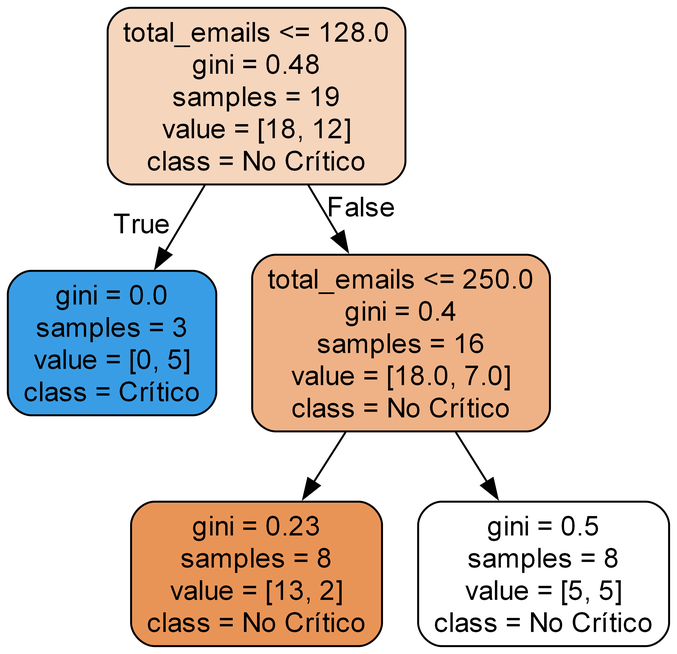
Before: tree_2.png, a diagram exported from Graphviz (adrianAntonP/practica2-SI). Its source is kept beside it as tree_2.dot. Source of this version:
```dot
digraph Tree {
node [shape=box, style="filled, rounded", color="black", fontname="helvetica"] ;
edge [fontname="helvetica"] ;
0 [label="total_emails <= 128.0\ngini = 0.48\nsamples = 19\nvalue = [18, 12]\nclass = No Crítico", fillcolor="#f6d5bd"] ;
1 [label="gini = 0.0\nsamples = 3\nvalue = [0, 5]\nclass = Crítico", fillcolor="#399de5"] ;
0 -> 1 [labeldistance=2.5, labelangle=45, headlabel="True"] ;
2 [label="total_emails <= 250.0\ngini = 0.4\nsamples = 16\nvalue = [18.0, 7.0]\nclass = No Crítico", fillcolor="#efb286"] ;
0 -> 2 [labeldistance=2.5, labelangle=-45, headlabel="False"] ;
3 [label="gini = 0.23\nsamples = 8\nvalue = [13, 2]\nclass = No Crítico", fillcolor="#e99457"] ;
2 -> 3 ;
4 [label="gini = 0.5\nsamples = 8\nvalue = [5, 5]\nclass = No Crítico", fillcolor="#ffffff"] ;
2 -> 4 ;
}
```
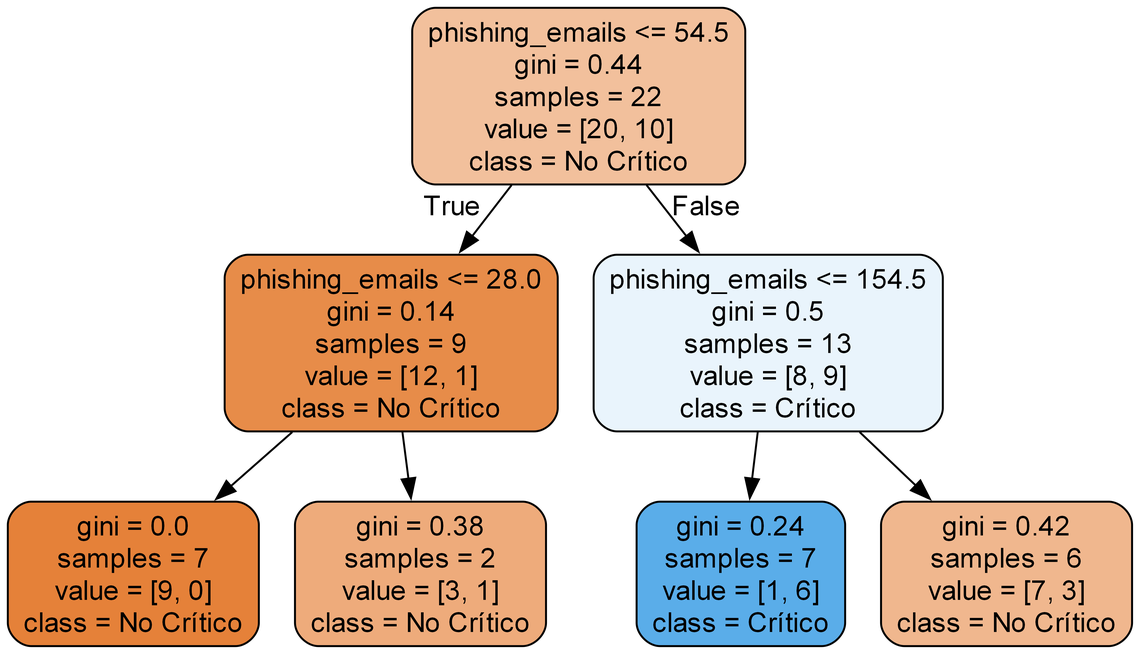
The same diagram one commit later.

The edit, as a diff of the source:
```diff
@@ -1,13 +1,17 @@
 digraph Tree {
 node [shape=box, style="filled, rounded", color="black", fontname="helvetica"] ;
 edge [fontname="helvetica"] ;
-0 [label="total_emails <= 128.0\ngini = 0.48\nsamples = 19\nvalue = [18, 12]\nclass = No Crítico", fillcolor="#f6d5bd"] ;
-1 [label="gini = 0.0\nsamples = 3\nvalue = [0, 5]\nclass = Crítico", fillcolor="#399de5"] ;
+0 [label="phishing_emails <= 54.5\ngini = 0.44\nsamples = 22\nvalue = [20, 10]\nclass = No Crítico", fillcolor="#f2c09c"] ;
+1 [label="phishing_emails <= 28.0\ngini = 0.14\nsamples = 9\nvalue = [12, 1]\nclass = No Crítico", fillcolor="#e78c49"] ;
 0 -> 1 [labeldistance=2.5, labelangle=45, headlabel="True"] ;
-2 [label="total_emails <= 250.0\ngini = 0.4\nsamples = 16\nvalue = [18.0, 7.0]\nclass = No Crítico", fillcolor="#efb286"] ;
-0 -> 2 [labeldistance=2.5, labelangle=-45, headlabel="False"] ;
-3 [label="gini = 0.23\nsamples = 8\nvalue = [13, 2]\nclass = No Crítico", fillcolor="#e99457"] ;
-2 -> 3 ;
-4 [label="gini = 0.5\nsamples = 8\nvalue = [5, 5]\nclass = No Crítico", fillcolor="#ffffff"] ;
-2 -> 4 ;
+2 [label="gini = 0.0\nsamples = 7\nvalue = [9, 0]\nclass = No Crítico", fillcolor="#e58139"] ;
+1 -> 2 ;
+3 [label="gini = 0.38\nsamples = 2\nvalue = [3, 1]\nclass = No Crítico", fillcolor="#eeab7b"] ;
+1 -> 3 ;
+4 [label="phishing_emails <= 154.5\ngini = 0.5\nsamples = 13\nvalue = [8, 9]\nclass = Crítico", fillcolor="#e9f4fc"] ;
+0 -> 4 [labeldistance=2.5, labelangle=-45, headlabel="False"] ;
+5 [label="gini = 0.24\nsamples = 7\nvalue = [1, 6]\nclass = Crítico", fillcolor="#5aade9"] ;
+4 -> 5 ;
+6 [label="gini = 0.42\nsamples = 6\nvalue = [7, 3]\nclass = No Crítico", fillcolor="#f0b78e"] ;
+4 -> 6 ;
 }
```
